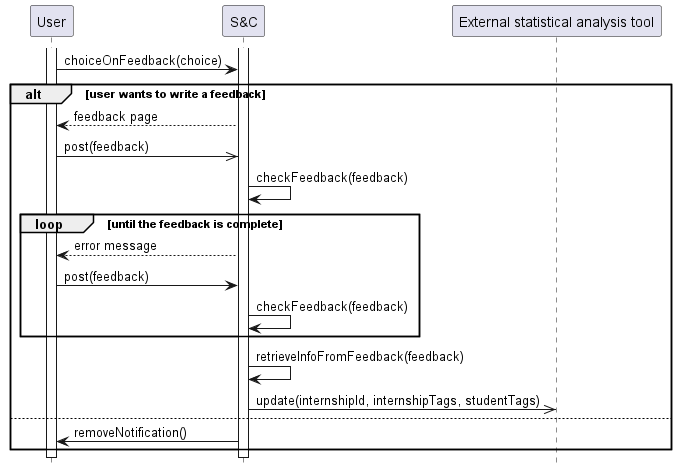
This is RASD/Specific_requirements/uml_diagrams/UC28_diagram.png from matti8702/R_and_DD_project_SE2, a PlantUML export, as it was before one commit.
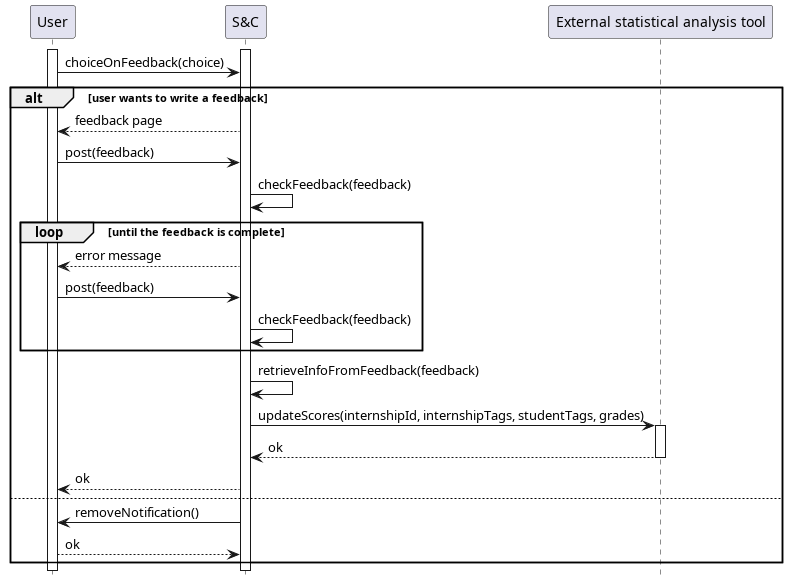
The same diagram one commit later.

Diff of the diagram source:
```diff
@@ -11,7 +11,7 @@
 U -> S : choiceOnFeedback(choice)
 alt user wants to write a feedback
     S --> U : feedback page
-    U ->> S : post(feedback)
+    U -> S : post(feedback)
     S -> S : checkFeedback(feedback)
     loop until the feedback is complete
         S --> U : error message
@@ -19,8 +19,13 @@
         S -> S : checkFeedback(feedback)
     end
     S -> S: retrieveInfoFromFeedback(feedback)
-    S ->> EXT : update(internshipId, internshipTags, studentTags)
+    S -> EXT : updateScores(internshipId, internshipTags, studentTags, grades)
+    activate EXT
+    EXT --> S : ok
+    deactivate EXT
+    S --> U : ok
 else
     S -> U : removeNotification()
+    U --> S : ok
 end
 @enduml
```
